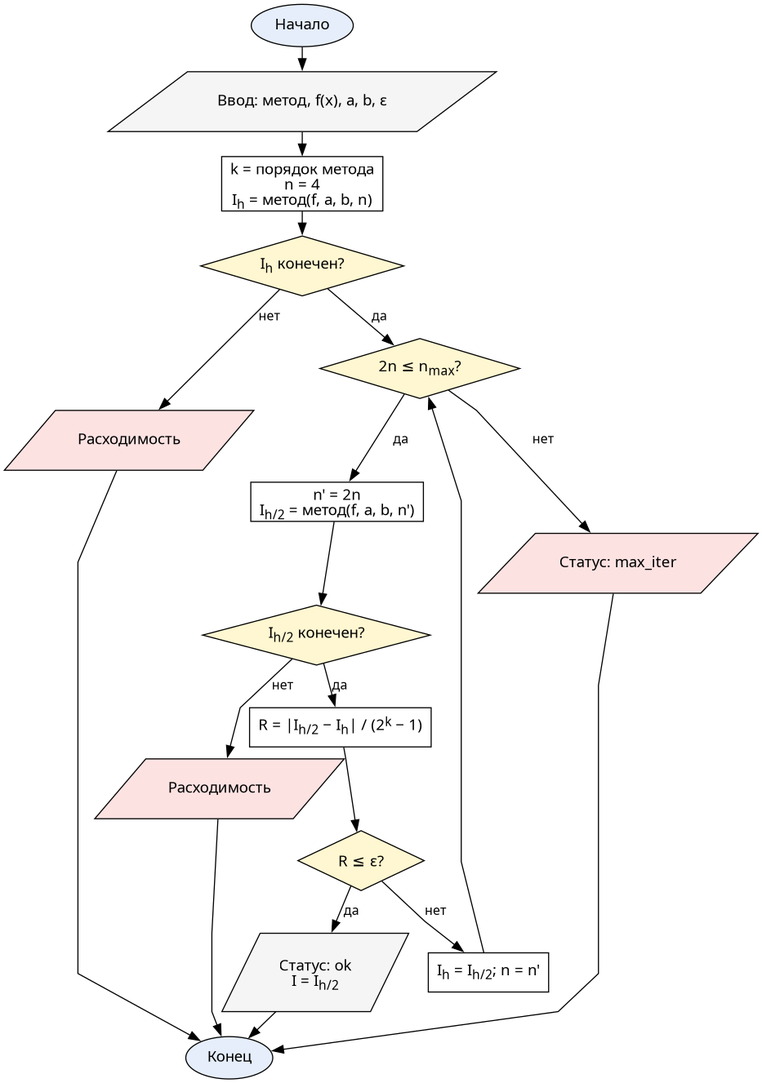
Earlier version of the Graphviz export doc/resources/flowcharts/runge_loop.png (Oriptal/calc-math-lab2). Its source is kept beside it as doc/resources/flowcharts/runge_loop.dot.
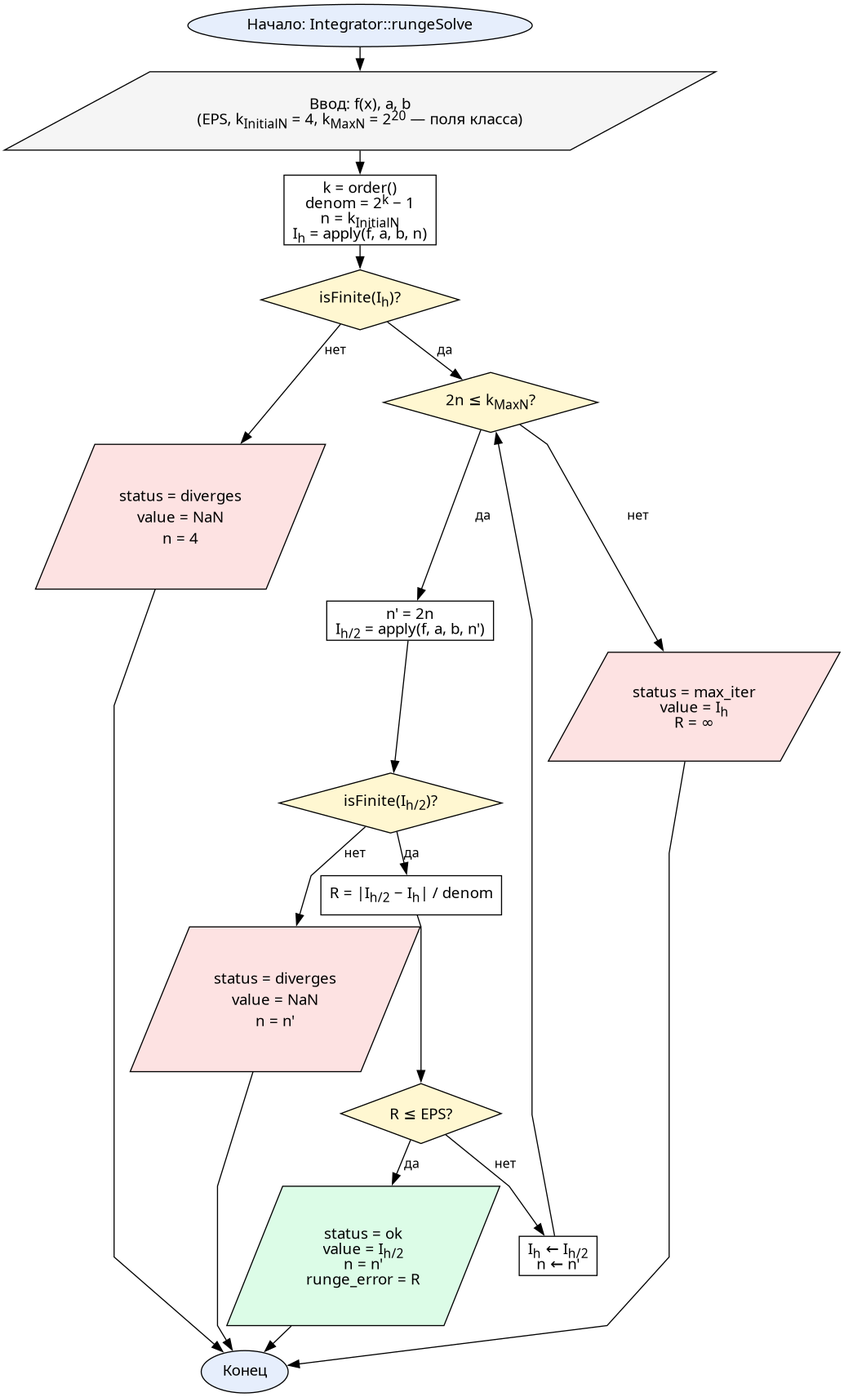
The same diagram one commit later.

What changed in the source:
```diff
@@ -3,22 +3,23 @@
   node  [fontname="CMU Serif", fontsize=14, style="filled", fillcolor="#ffffff", color="#000000"]
   edge  [fontname="CMU Serif", fontsize=12, color="#000000"]
 
-  start [label="Начало", shape=oval, fillcolor="#e6eefc"]
-  input [label="Ввод: метод, f(x), a, b, ε", shape=parallelogram, fillcolor="#f5f5f5"]
-  init  [label=<k = порядок метода<BR/>n = 4<BR/>I<SUB>h</SUB> = метод(f, a, b, n)>, shape=box]
-  chkInit [label=<I<SUB>h</SUB> конечен?>, shape=diamond, fillcolor="#fff7d1"]
-  errInit [label="Расходимость", shape=parallelogram, fillcolor="#fde2e2"]
+  start  [label="Начало: Integrator::rungeSolve", shape=oval, fillcolor="#e6eefc"]
+  input  [label=<Ввод: f(x), a, b<BR/>(EPS, k<SUB>InitialN</SUB> = 4, k<SUB>MaxN</SUB> = 2<SUP>20</SUP> — поля класса)>, shape=parallelogram, fillcolor="#f5f5f5"]
+  init   [label=<k = order()<BR/>denom = 2<SUP>k</SUP> − 1<BR/>n = k<SUB>InitialN</SUB><BR/>I<SUB>h</SUB> = apply(f, a, b, n)>, shape=box]
 
-  loop  [label=<2n ≤ n<SUB>max</SUB>?>, shape=diamond, fillcolor="#fff7d1"]
-  maxIt [label="Статус: max_iter", shape=parallelogram, fillcolor="#fde2e2"]
-  step  [label=<n' = 2n<BR/>I<SUB>h/2</SUB> = метод(f, a, b, n')>, shape=box]
-  chkFin [label=<I<SUB>h/2</SUB> конечен?>, shape=diamond, fillcolor="#fff7d1"]
-  errDiv [label="Расходимость", shape=parallelogram, fillcolor="#fde2e2"]
-  runge [label=<R = |I<SUB>h/2</SUB> − I<SUB>h</SUB>| / (2<SUP>k</SUP> − 1)>, shape=box]
-  chkR  [label=<R ≤ ε?>, shape=diamond, fillcolor="#fff7d1"]
-  upd   [label=<I<SUB>h</SUB> = I<SUB>h/2</SUB>; n = n'>, shape=box]
-  ok    [label=<Статус: ok<BR/>I = I<SUB>h/2</SUB>>, shape=parallelogram, fillcolor="#f5f5f5"]
-  stop  [label="Конец", shape=oval, fillcolor="#e6eefc"]
+  chkInit [label=<isFinite(I<SUB>h</SUB>)?>, shape=diamond, fillcolor="#fff7d1"]
+  errInit [label=<status = diverges<BR/>value = NaN<BR/>n = 4>, shape=parallelogram, fillcolor="#fde2e2"]
+
+  loop   [label=<2n ≤ k<SUB>MaxN</SUB>?>, shape=diamond, fillcolor="#fff7d1"]
+  maxIt  [label=<status = max_iter<BR/>value = I<SUB>h</SUB><BR/>R = ∞>, shape=parallelogram, fillcolor="#fde2e2"]
+  step   [label=<n' = 2n<BR/>I<SUB>h/2</SUB> = apply(f, a, b, n')>, shape=box]
+  chkFin [label=<isFinite(I<SUB>h/2</SUB>)?>, shape=diamond, fillcolor="#fff7d1"]
+  errDiv [label=<status = diverges<BR/>value = NaN<BR/>n = n'>, shape=parallelogram, fillcolor="#fde2e2"]
+  runge  [label=<R = |I<SUB>h/2</SUB> − I<SUB>h</SUB>| / denom>, shape=box]
+  chkR   [label=<R ≤ EPS?>, shape=diamond, fillcolor="#fff7d1"]
+  upd    [label=<I<SUB>h</SUB> ← I<SUB>h/2</SUB><BR/>n ← n'>, shape=box]
+  ok     [label=<status = ok<BR/>value = I<SUB>h/2</SUB><BR/>n = n'<BR/>runge_error = R>, shape=parallelogram, fillcolor="#dcfce7"]
+  stop   [label="Конец", shape=oval, fillcolor="#e6eefc"]
 
   start -> input -> init -> chkInit
   chkInit -> errInit [label="нет"]
```
